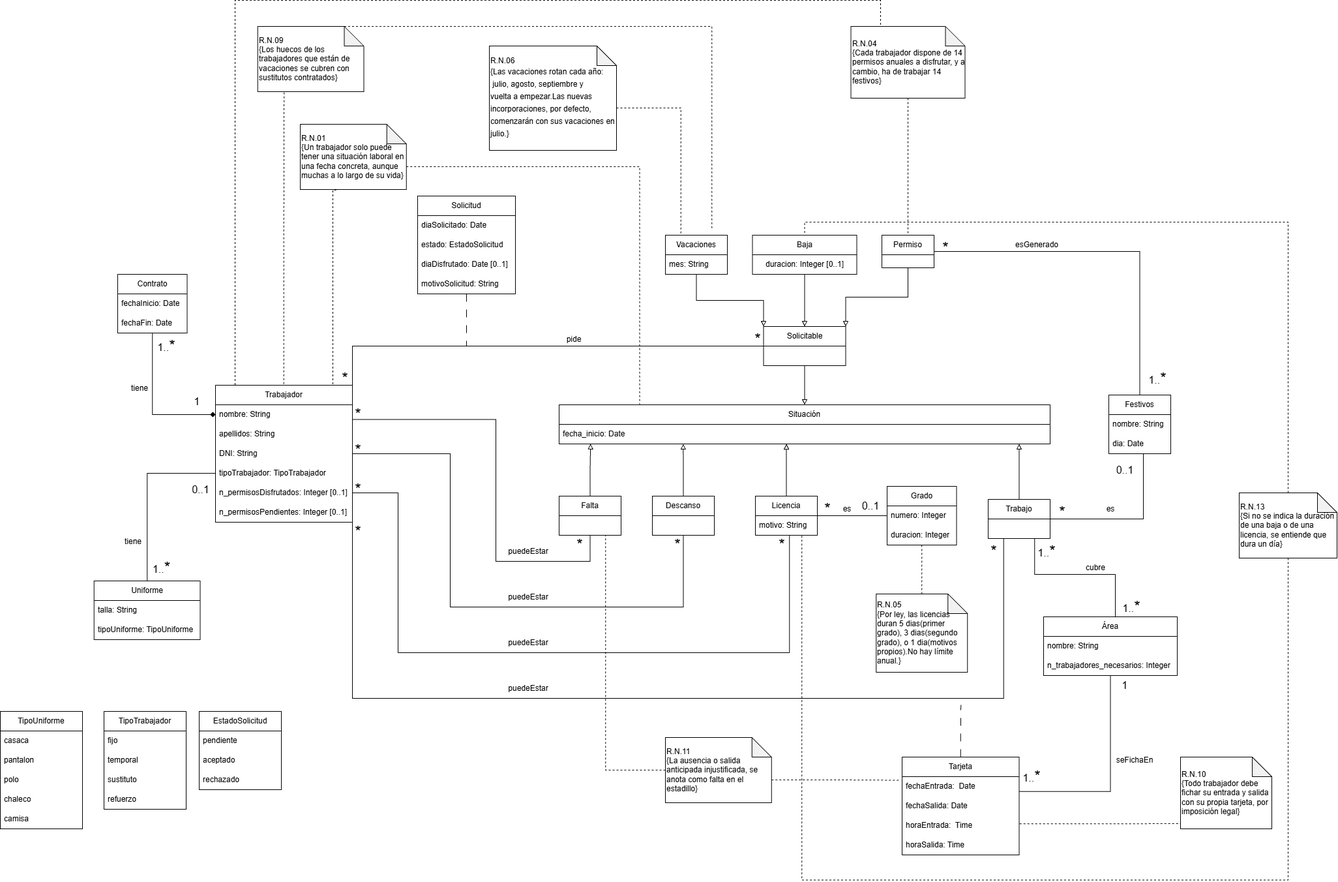
This is Imágenes/Modelo Conceptual.png from DYL0061/proyecto-curso-iissi1-2026-DYL0061, a draw.io export, as it was before one commit. Source tidied: cells renumbered, new cells last; positions are measured from the earlier drawing's top-left corner, leaving out a move shared by most shapes.
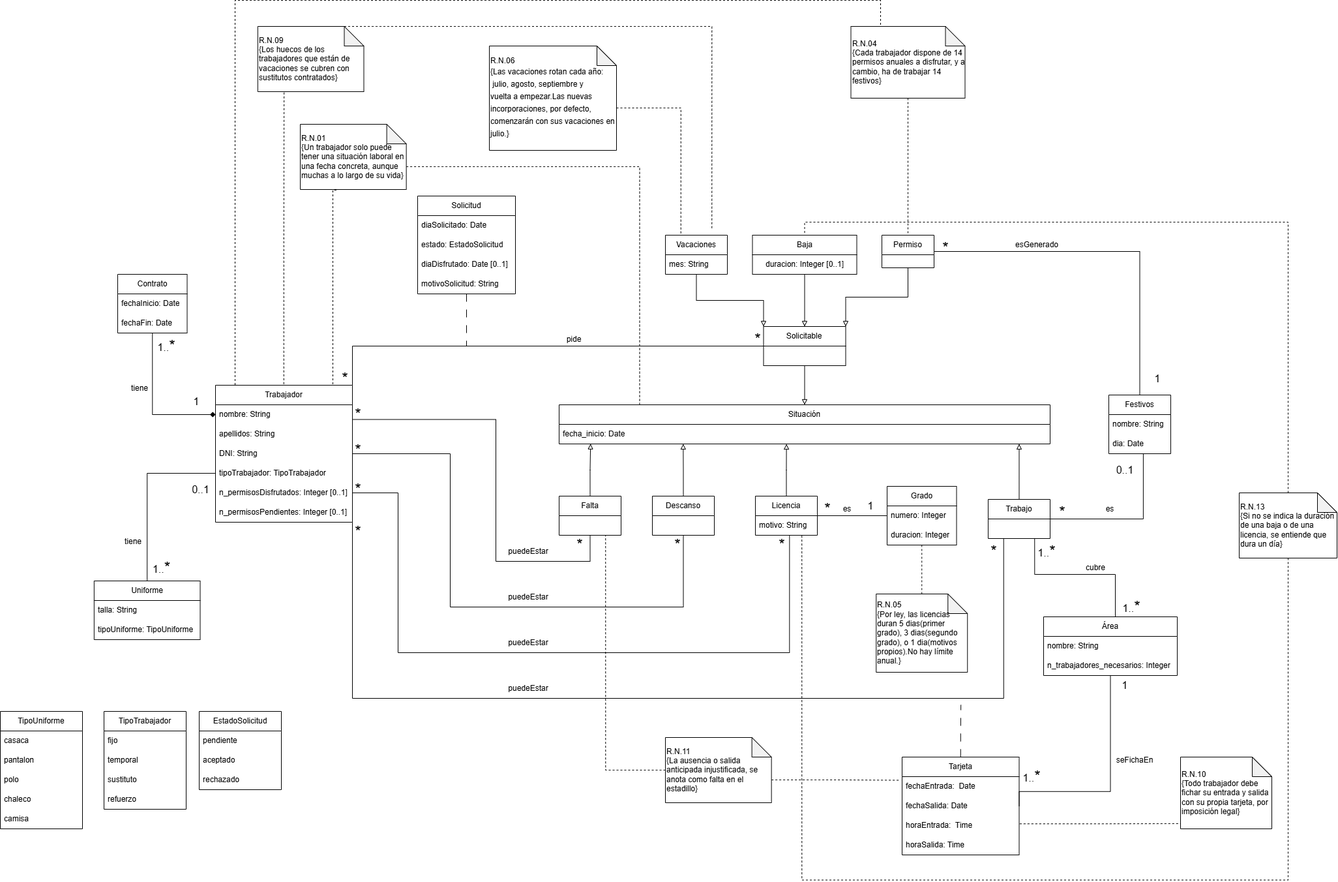
Above is the later version.

Commit message:
Cambiada Foto modelado

The edit, as a diff of the source:
```diff
@@ -214,7 +214,7 @@
     <mxCell id="59" value="&lt;span style=&quot;font-size: 24px;&quot;&gt;*&lt;/span&gt;" style="text;html=1;whiteSpace=wrap;strokeColor=none;fillColor=none;align=center;verticalAlign=middle;rounded=0;" parent="1" vertex="1">
       <mxGeometry x="1260" y="770" width="17.5" height="20" as="geometry" />
     </mxCell>
-    <mxCell id="60" value="&lt;font style=&quot;font-size: 16px;&quot;&gt;0..1&lt;/font&gt;" style="text;html=1;whiteSpace=wrap;strokeColor=none;fillColor=none;align=center;verticalAlign=middle;rounded=0;" parent="1" vertex="1">
+    <mxCell id="60" value="&lt;font style=&quot;font-size: 16px;&quot;&gt;1&lt;/font&gt;" style="text;html=1;whiteSpace=wrap;strokeColor=none;fillColor=none;align=center;verticalAlign=middle;rounded=0;" parent="1" vertex="1">
       <mxGeometry x="1320" y="765" width="30" height="20" as="geometry" />
     </mxCell>
     <mxCell id="61" value="es" style="text;html=1;whiteSpace=wrap;strokeColor=none;fillColor=none;align=center;verticalAlign=middle;rounded=0;" parent="1" vertex="1">
@@ -320,7 +320,7 @@
     <mxCell id="93" value="&lt;font style=&quot;font-size: 16px;&quot;&gt;0..1&lt;/font&gt;" style="text;html=1;whiteSpace=wrap;strokeColor=none;fillColor=none;align=center;verticalAlign=middle;rounded=0;" parent="1" vertex="1">
       <mxGeometry x="1710" y="710" width="30" height="20" as="geometry" />
     </mxCell>
-    <mxCell id="94" value="&lt;font style=&quot;font-size: 16px;&quot;&gt;1..&lt;/font&gt;&lt;span style=&quot;font-size: 24px;&quot;&gt;*&lt;/span&gt;" style="text;html=1;whiteSpace=wrap;strokeColor=none;fillColor=none;align=center;verticalAlign=middle;rounded=0;" parent="1" vertex="1">
+    <mxCell id="94" value="&lt;span style=&quot;font-size: 16px;&quot;&gt;1&lt;/span&gt;" style="text;html=1;whiteSpace=wrap;strokeColor=none;fillColor=none;align=center;verticalAlign=middle;rounded=0;" parent="1" vertex="1">
       <mxGeometry x="1760" y="570" width="30" height="20" as="geometry" />
     </mxCell>
     <mxCell id="95" value="es" style="text;html=1;whiteSpace=wrap;strokeColor=none;fillColor=none;align=center;verticalAlign=middle;rounded=0;" parent="1" vertex="1">
```
